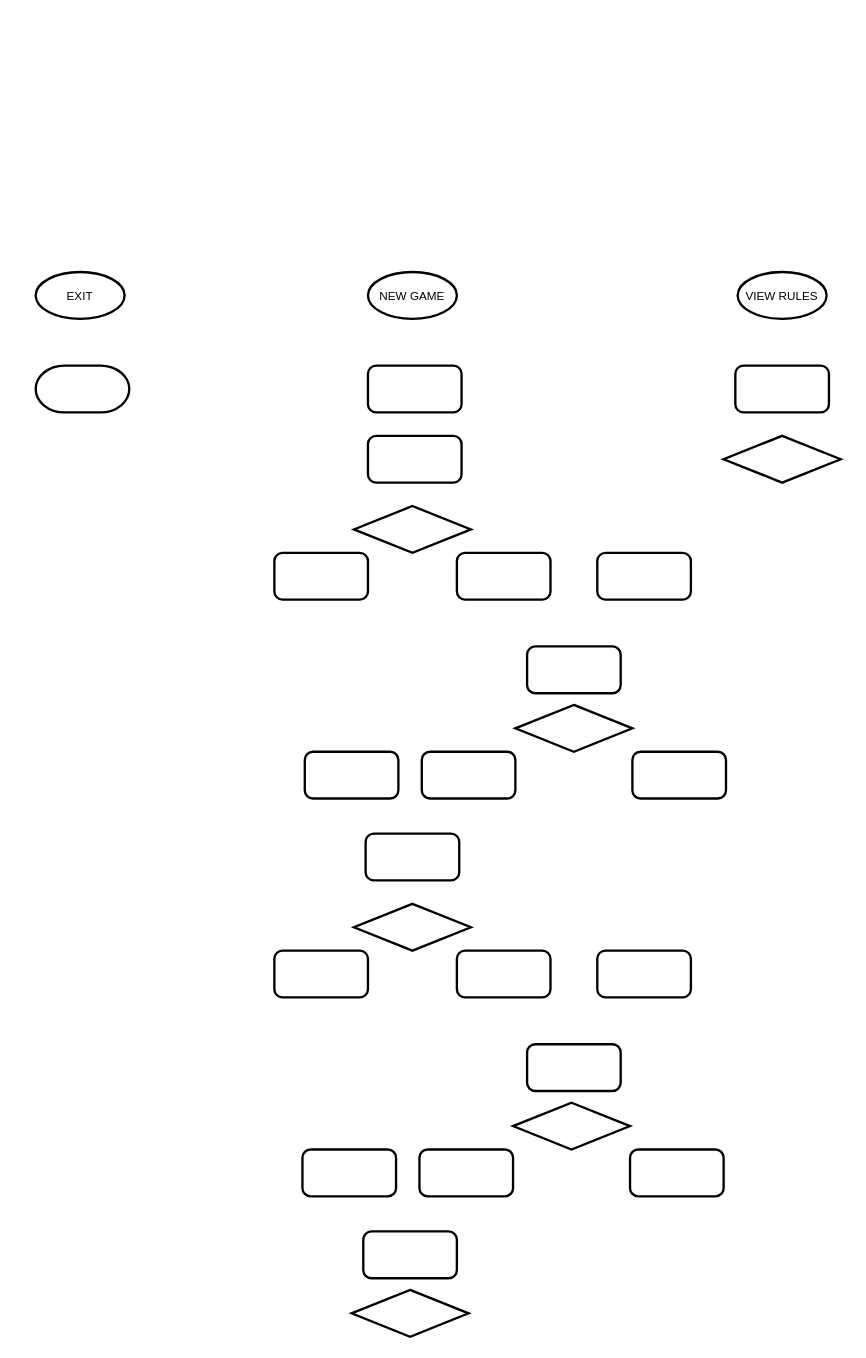
Before: PokerGame.drawio in Paola-DG/PokerGame, a draw.io diagram. Source tidied: cells renumbered, new cells numbered last; positions are measured from the earlier drawing's top-left corner, leaving out a move shared by most shapes. Both pictures are drawn from the tidied source at 117%, with x=0, y=0 at pixel (35, 271).
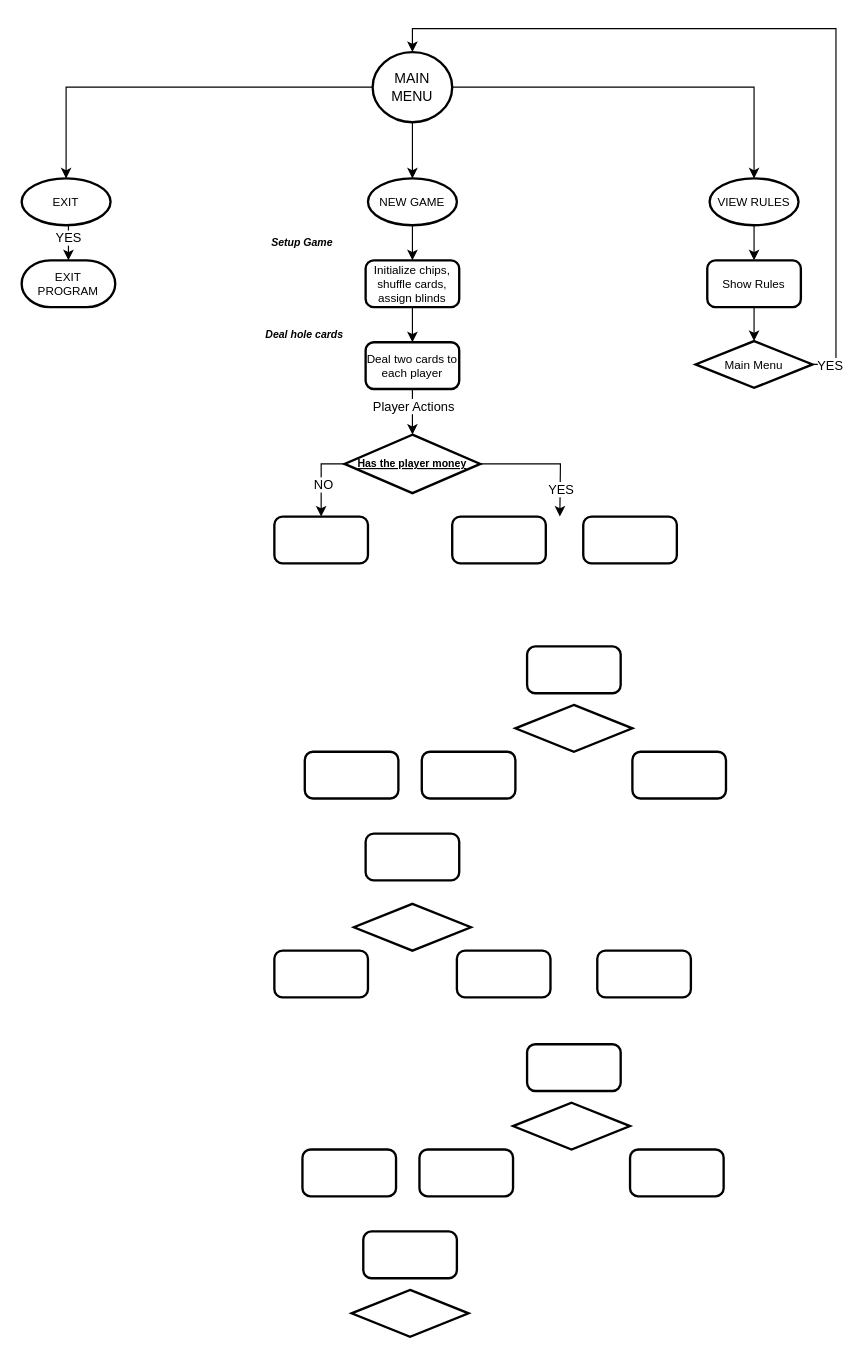
The same page after the edit.

Diff of the diagram source:
```diff
@@
+    <mxCell id="31" style="edgeStyle=orthogonalEdgeStyle;rounded=0;jettySize=auto;html=1;exitX=0.5;exitY=1;exitDx=0;exitDy=0;exitPerimeter=0;entryX=0.5;entryY=0;entryDx=0;entryDy=0;" parent="1" edge="1" source="2" target="7">
+      <mxGeometry relative="1" as="geometry" />
+    </mxCell>
     <mxCell id="2" value="NEW GAME" style="strokeWidth=2;html=1;shape=mxgraph.flowchart.start_1;whiteSpace=wrap;fontSize=10;" parent="1" vertex="1">
-      <mxGeometry x="284" width="76" height="40" as="geometry" />
+      <mxGeometry x="284" y="-80" width="76" height="40" as="geometry" />
     </mxCell>
     <mxCell id="3" value="EXIT" style="strokeWidth=2;html=1;shape=mxgraph.flowchart.start_1;whiteSpace=wrap;fontSize=10;" parent="1" vertex="1">
-      <mxGeometry width="76" height="40" as="geometry" />
+      <mxGeometry x="-12" y="-80" width="76" height="40" as="geometry" />
     </mxCell>
+    <mxCell id="32" style="edgeStyle=orthogonalEdgeStyle;rounded=0;jettySize=auto;html=1;exitX=0.5;exitY=1;exitDx=0;exitDy=0;exitPerimeter=0;entryX=0.5;entryY=0;entryDx=0;entryDy=0;" parent="1" edge="1" source="4" target="6">
+      <mxGeometry relative="1" as="geometry" />
+    </mxCell>
     <mxCell id="4" value="VIEW RULES" style="strokeWidth=2;html=1;shape=mxgraph.flowchart.start_1;whiteSpace=wrap;fontSize=10;" parent="1" vertex="1">
-      <mxGeometry x="600" width="76" height="40" as="geometry" />
+      <mxGeometry x="576" y="-80" width="76" height="40" as="geometry" />
     </mxCell>
-    <mxCell id="5" style="strokeWidth=2;html=1;shape=mxgraph.flowchart.terminator;whiteSpace=wrap;fontSize=10;" parent="1" vertex="1">
-      <mxGeometry y="80" width="80" height="40" as="geometry" />
+    <mxCell id="5" value="EXIT&lt;div&gt;PROGRAM&lt;/div&gt;" style="strokeWidth=2;html=1;shape=mxgraph.flowchart.terminator;whiteSpace=wrap;fontSize=10;" parent="1" vertex="1">
+      <mxGeometry x="-12" y="-10" width="80" height="40" as="geometry" />
     </mxCell>
-    <mxCell id="6" style="rounded=1;whiteSpace=wrap;html=1;absoluteArcSize=1;arcSize=14;strokeWidth=2;fontSize=10;" parent="1" vertex="1">
-      <mxGeometry x="598" y="80" width="80" height="40" as="geometry" />
+    <mxCell id="6" value="Show Rules" style="rounded=1;whiteSpace=wrap;html=1;absoluteArcSize=1;arcSize=14;strokeWidth=2;fontSize=10;" parent="1" vertex="1">
+      <mxGeometry x="574" y="-10" width="80" height="40" as="geometry" />
     </mxCell>
+    <mxCell id="33" style="edgeStyle=orthogonalEdgeStyle;rounded=0;jettySize=auto;html=1;exitX=0.5;exitY=1;exitDx=0;exitDy=0;entryX=0.5;entryY=0;entryDx=0;entryDy=0;" parent="1" edge="1" source="7" target="8">
+      <mxGeometry relative="1" as="geometry">
+        <Array as="points">
+          <mxPoint x="322" y="49" />
+          <mxPoint x="322" y="49" />
+        </Array>
+      </mxGeometry>
+    </mxCell>
-    <mxCell id="7" style="rounded=1;whiteSpace=wrap;html=1;absoluteArcSize=1;arcSize=14;strokeWidth=2;fontSize=10;" parent="1" vertex="1">
-      <mxGeometry x="284" y="80" width="80" height="40" as="geometry" />
+    <mxCell id="7" value="Initialize chips, shuffle cards, assign blinds" style="rounded=1;whiteSpace=wrap;html=1;absoluteArcSize=1;arcSize=14;strokeWidth=2;fontSize=10;" parent="1" vertex="1">
+      <mxGeometry x="282" y="-10" width="80" height="40" as="geometry" />
     </mxCell>
-    <mxCell id="8" style="rounded=1;whiteSpace=wrap;html=1;absoluteArcSize=1;arcSize=14;strokeWidth=2;fontSize=10;" parent="1" vertex="1">
-      <mxGeometry x="284" y="140" width="80" height="40" as="geometry" />
+    <mxCell id="8" value="Deal two cards to each player" style="rounded=1;whiteSpace=wrap;html=1;absoluteArcSize=1;arcSize=14;strokeWidth=2;fontSize=10;" parent="1" vertex="1">
+      <mxGeometry x="282" y="60" width="80" height="40" as="geometry" />
     </mxCell>
+    <mxCell id="34" style="edgeStyle=orthogonalEdgeStyle;rounded=0;jettySize=auto;html=1;exitX=1;exitY=0.5;exitDx=0;exitDy=0;exitPerimeter=0;" parent="1" edge="1" source="9">
+      <mxGeometry relative="1" as="geometry">
+        <mxPoint x="448" y="209" as="targetPoint" />
+      </mxGeometry>
+    </mxCell>
+    <mxCell id="35" value="YES" style="edgeLabel;html=1;align=center;verticalAlign=middle;" parent="34" vertex="1">
+      <mxGeometry x="0.59" relative="1" as="geometry" />
+    </mxCell>
+    <mxCell id="36" style="edgeStyle=orthogonalEdgeStyle;rounded=0;jettySize=auto;html=1;exitX=0;exitY=0.5;exitDx=0;exitDy=0;exitPerimeter=0;entryX=0.5;entryY=0;entryDx=0;entryDy=0;" parent="1" edge="1" source="9" target="11">
+      <mxGeometry relative="1" as="geometry" />
+    </mxCell>
+    <mxCell id="37" value="NO" style="edgeLabel;html=1;align=center;verticalAlign=middle;" parent="36" vertex="1">
+      <mxGeometry x="0.13" y="1" relative="1" as="geometry" />
+    </mxCell>
-    <mxCell id="9" style="strokeWidth=2;html=1;shape=mxgraph.flowchart.decision;whiteSpace=wrap;fontSize=10;" parent="1" vertex="1">
-      <mxGeometry x="272" y="200" width="100" height="40" as="geometry" />
+    <mxCell id="9" value="Has the player money" style="strokeWidth=2;html=1;shape=mxgraph.flowchart.decision;whiteSpace=wrap;fontSize=9;fontStyle=5;" parent="1" vertex="1">
+      <mxGeometry x="264" y="139" width="116" height="50" as="geometry" />
     </mxCell>
-    <mxCell id="10" style="strokeWidth=2;html=1;shape=mxgraph.flowchart.decision;whiteSpace=wrap;fontSize=10;" parent="1" vertex="1">
-      <mxGeometry x="588" y="140" width="100" height="40" as="geometry" />
+    <mxCell id="10" value="Main Menu" style="strokeWidth=2;html=1;shape=mxgraph.flowchart.decision;whiteSpace=wrap;fontSize=10;" parent="1" vertex="1">
+      <mxGeometry x="564" y="59" width="100" height="40" as="geometry" />
     </mxCell>
     <mxCell id="11" style="rounded=1;whiteSpace=wrap;html=1;absoluteArcSize=1;arcSize=14;strokeWidth=2;fontSize=10;" parent="1" vertex="1">
-      <mxGeometry x="204" y="240" width="80" height="40" as="geometry" />
+      <mxGeometry x="204" y="209" width="80" height="40" as="geometry" />
     </mxCell>
     <mxCell id="12" style="rounded=1;whiteSpace=wrap;html=1;absoluteArcSize=1;arcSize=14;strokeWidth=2;fontSize=10;" parent="1" vertex="1">
-      <mxGeometry x="480" y="240" width="80" height="40" as="geometry" />
+      <mxGeometry x="468" y="209" width="80" height="40" as="geometry" />
     </mxCell>
     <mxCell id="13" style="rounded=1;whiteSpace=wrap;html=1;absoluteArcSize=1;arcSize=14;strokeWidth=2;fontSize=10;" parent="1" vertex="1">
-      <mxGeometry x="360" y="240" width="80" height="40" as="geometry" />
+      <mxGeometry x="356" y="209" width="80" height="40" as="geometry" />
     </mxCell>
@@
+    <mxCell id="38" style="edgeStyle=orthogonalEdgeStyle;rounded=0;jettySize=auto;html=1;exitX=0.5;exitY=1;exitDx=0;exitDy=0;exitPerimeter=0;entryX=0.5;entryY=0;entryDx=0;entryDy=0;entryPerimeter=0;" parent="1" edge="1" source="3" target="5">
+      <mxGeometry relative="1" as="geometry" />
+    </mxCell>
+    <mxCell id="39" value="YES" style="edgeLabel;html=1;align=center;verticalAlign=middle;" parent="38" vertex="1">
+      <mxGeometry x="-0.23" y="-1" relative="1" as="geometry" />
+    </mxCell>
+    <mxCell id="40" style="edgeStyle=orthogonalEdgeStyle;rounded=0;jettySize=auto;html=1;exitX=0.5;exitY=1;exitDx=0;exitDy=0;entryX=0.5;entryY=0;entryDx=0;entryDy=0;entryPerimeter=0;" parent="1" edge="1" source="6" target="10">
+      <mxGeometry relative="1" as="geometry" />
+    </mxCell>
+    <mxCell id="41" value="MAIN&lt;div&gt;MENU&lt;/div&gt;" style="strokeWidth=2;html=1;shape=mxgraph.flowchart.start_2;whiteSpace=wrap;" parent="1" vertex="1">
+      <mxGeometry x="288" y="-188" width="68" height="60" as="geometry" />
+    </mxCell>
+    <mxCell id="42" style="edgeStyle=orthogonalEdgeStyle;rounded=0;jettySize=auto;html=1;exitX=0;exitY=0.5;exitDx=0;exitDy=0;exitPerimeter=0;entryX=0.5;entryY=0;entryDx=0;entryDy=0;entryPerimeter=0;" parent="1" edge="1" source="41" target="3">
+      <mxGeometry relative="1" as="geometry" />
+    </mxCell>
+    <mxCell id="43" style="edgeStyle=orthogonalEdgeStyle;rounded=0;jettySize=auto;html=1;exitX=0.5;exitY=1;exitDx=0;exitDy=0;exitPerimeter=0;entryX=0.5;entryY=0;entryDx=0;entryDy=0;entryPerimeter=0;" parent="1" edge="1" source="41" target="2">
+      <mxGeometry relative="1" as="geometry" />
+    </mxCell>
+    <mxCell id="44" style="edgeStyle=orthogonalEdgeStyle;rounded=0;jettySize=auto;html=1;exitX=1;exitY=0.5;exitDx=0;exitDy=0;exitPerimeter=0;entryX=0.5;entryY=0;entryDx=0;entryDy=0;entryPerimeter=0;" parent="1" edge="1" source="41" target="4">
+      <mxGeometry relative="1" as="geometry" />
+    </mxCell>
+    <mxCell id="45" style="edgeStyle=orthogonalEdgeStyle;rounded=0;jettySize=auto;html=1;exitX=1;exitY=0.5;exitDx=0;exitDy=0;exitPerimeter=0;entryX=0.5;entryY=0;entryDx=0;entryDy=0;entryPerimeter=0;" parent="1" edge="1" source="10" target="41">
+      <mxGeometry relative="1" as="geometry" />
+    </mxCell>
+    <mxCell id="46" value="YES" style="edgeLabel;html=1;align=center;verticalAlign=middle;" parent="45" vertex="1">
+      <mxGeometry x="-0.96" relative="1" as="geometry" />
+    </mxCell>
+    <mxCell id="47" value="Setup Game" style="text;html=1;align=center;verticalAlign=middle;whiteSpace=wrap;rounded=0;fontSize=9;fontStyle=3;" parent="1" vertex="1">
+      <mxGeometry x="188" y="-40" width="80" height="30" as="geometry" />
+    </mxCell>
+    <mxCell id="48" value="Deal hole cards" style="text;html=1;align=center;verticalAlign=middle;whiteSpace=wrap;rounded=0;fontSize=9;fontStyle=3;" parent="1" vertex="1">
+      <mxGeometry x="190" y="39" width="80" height="30" as="geometry" />
+    </mxCell>
+    <mxCell id="49" style="edgeStyle=orthogonalEdgeStyle;rounded=0;jettySize=auto;html=1;exitX=0.5;exitY=1;exitDx=0;exitDy=0;entryX=0.5;entryY=0;entryDx=0;entryDy=0;entryPerimeter=0;" parent="1" edge="1" source="8" target="9">
+      <mxGeometry relative="1" as="geometry" />
+    </mxCell>
+    <mxCell id="50" value="Player Actions" style="edgeLabel;html=1;align=center;verticalAlign=middle;" parent="49" vertex="1">
+      <mxGeometry x="-0.26" relative="1" as="geometry" />
+    </mxCell>
```
